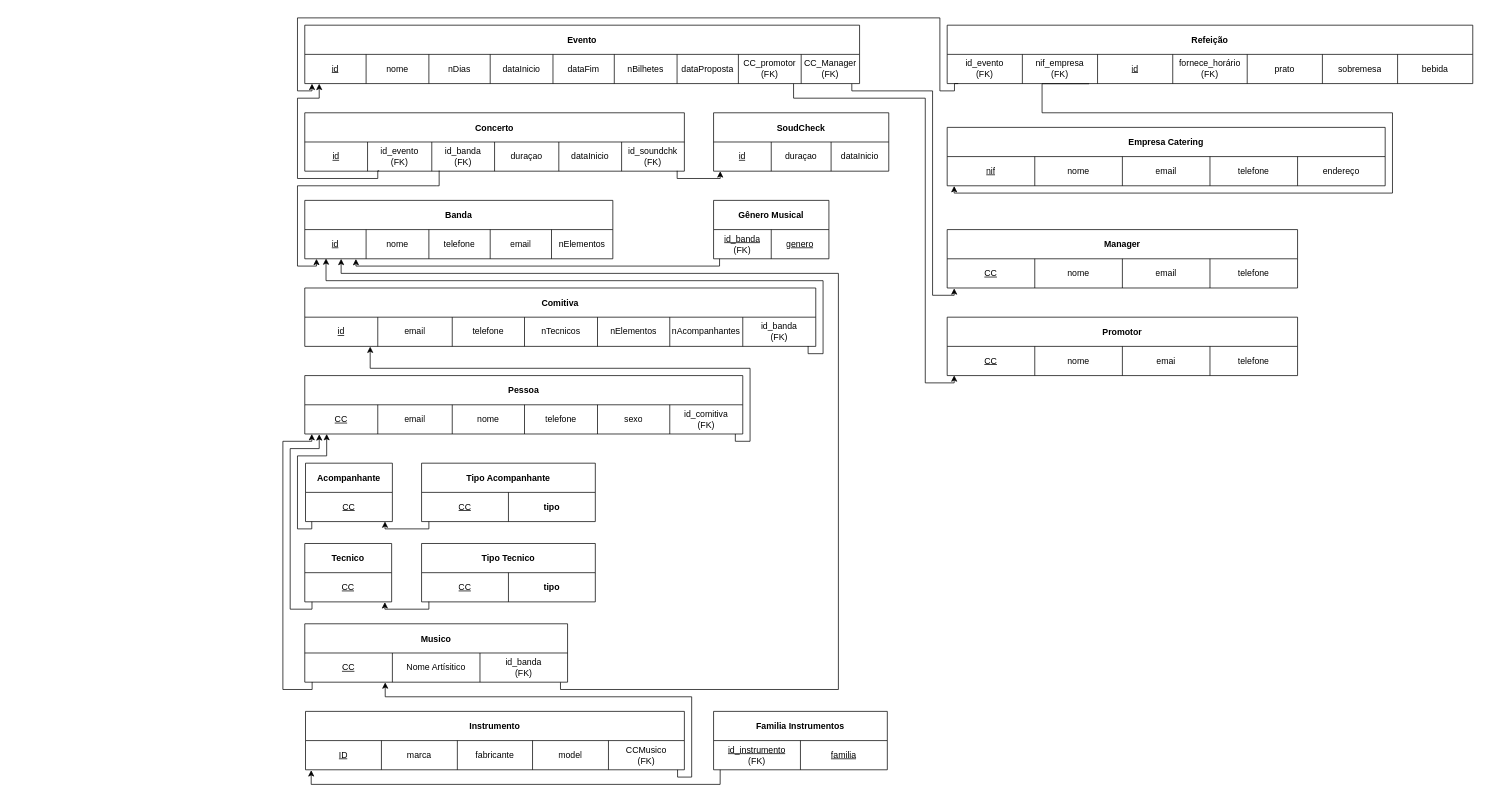
Above: page "ER" (1 of 2) of Projeto/Modelacao.drawio in RafaelCurado/BD-1 (draw.io), before the change. Source tidied: cells renumbered, new cells numbered last; positions are measured from the earlier drawing's top-left corner, leaving out a move shared by most shapes. Both pictures are drawn from the tidied source at 73%, with x=0, y=0 at pixel (283, 18).
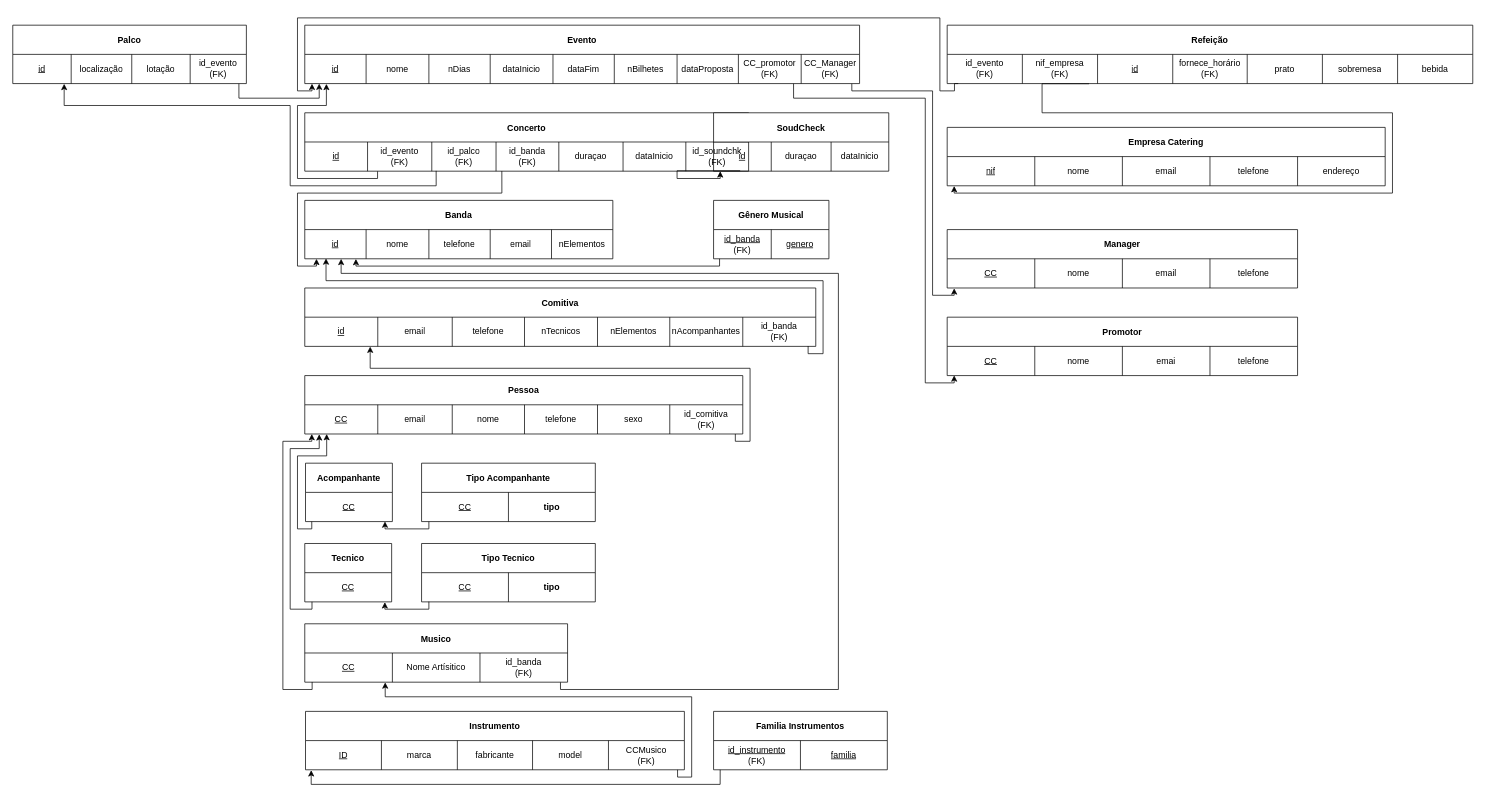
The same page after the edit.

The change refers to these unchanged cells:
```xml
<mxCell id="3" style="shape=tableRow;horizontal=0;startSize=0;swimlaneHead=0;swimlaneBody=0;top=0;left=0;bottom=0;right=0;fillColor=none;points=[[0,0.5],[1,0.5]];portConstraint=eastwest;" parent="2" vertex="1">
  <mxGeometry y="40" width="760" height="40" as="geometry" />
</mxCell>
<mxCell id="23" style="shape=tableRow;horizontal=0;startSize=0;swimlaneHead=0;swimlaneBody=0;top=0;left=0;bottom=0;right=0;fillColor=none;points=[[0,0.5],[1,0.5]];portConstraint=eastwest;" parent="22" vertex="1">
  <mxGeometry y="40" width="422" height="40" as="geometry" />
</mxCell>
```

Diff of the diagram source:
```diff
@@
     <mxCell id="13" value="Concerto" style="shape=table;startSize=40;childLayout=tableLayout;fontStyle=1;align=center;" parent="1" vertex="1">
-      <mxGeometry x="30" y="130" width="520" height="80" as="geometry" />
+      <mxGeometry x="30" y="130" width="608" height="80" as="geometry" />
     </mxCell>
     <mxCell id="14" style="shape=tableRow;horizontal=0;startSize=0;swimlaneHead=0;swimlaneBody=0;top=0;left=0;bottom=0;right=0;fillColor=none;points=[[0,0.5],[1,0.5]];portConstraint=eastwest;" parent="13" vertex="1">
-      <mxGeometry y="40" width="520" height="40" as="geometry" />
+      <mxGeometry y="40" width="608" height="40" as="geometry" />
     </mxCell>
@@
+    <mxCell id="130" value="id_palco&lt;br&gt;(FK)" style="shape=partialRectangle;html=1;whiteSpace=wrap;fillColor=none;top=0;left=0;bottom=0;right=0;overflow=hidden;" parent="14" vertex="1">
+      <mxGeometry x="174" width="88" height="40" as="geometry" />
+    </mxCell>
     <mxCell id="17" value="id_banda&lt;br&gt;(FK)" style="shape=partialRectangle;html=1;whiteSpace=wrap;fillColor=none;top=0;left=0;bottom=0;right=0;overflow=hidden;" parent="14" vertex="1">
-      <mxGeometry x="174" width="86" height="40" as="geometry" />
+      <mxGeometry x="262" width="86" height="40" as="geometry" />
     </mxCell>
     <mxCell id="18" value="duraçao" style="shape=partialRectangle;html=1;whiteSpace=wrap;fillColor=none;top=0;left=0;bottom=0;right=0;overflow=hidden;" parent="14" vertex="1">
-      <mxGeometry x="260" width="88" height="40" as="geometry" />
+      <mxGeometry x="348" width="88" height="40" as="geometry" />
     </mxCell>
     <mxCell id="19" value="dataInicio" style="shape=partialRectangle;html=1;whiteSpace=wrap;fillColor=none;top=0;left=0;bottom=0;right=0;overflow=hidden;" parent="14" vertex="1">
-      <mxGeometry x="348" width="86" height="40" as="geometry" />
+      <mxGeometry x="436" width="86" height="40" as="geometry" />
     </mxCell>
     <mxCell id="20" value="id_soundchk&lt;br&gt;(FK)" style="shape=partialRectangle;html=1;whiteSpace=wrap;fillColor=none;top=0;left=0;bottom=0;right=0;overflow=hidden;" parent="14" vertex="1">
-      <mxGeometry x="434" width="86" height="40" as="geometry" />
+      <mxGeometry x="522" width="86" height="40" as="geometry" />
     </mxCell>
-    <mxCell id="21" style="endArrow=classic;html=1;rounded=0;edgeStyle=orthogonalEdgeStyle;exitX=0.196;exitY=0.987;exitDx=0;exitDy=0;exitPerimeter=0;entryX=0.026;entryY=1.006;entryDx=0;entryDy=0;entryPerimeter=0;" parent="1" edge="1" source="14" target="3">
+    <mxCell id="21" style="endArrow=classic;html=1;rounded=0;edgeStyle=orthogonalEdgeStyle;exitX=0.164;exitY=1.004;exitDx=0;exitDy=0;exitPerimeter=0;entryX=0.039;entryY=1.01;entryDx=0;entryDy=0;entryPerimeter=0;" parent="1" edge="1" source="14" target="3">
       <mxGeometry relative="1" as="geometry">
         <Array as="points">
           <mxPoint x="130" y="210" />
           <mxPoint x="130" y="220" />
           <mxPoint x="20" y="220" />
-          <mxPoint x="20" y="110" />
-          <mxPoint x="50" y="110" />
-          <mxPoint x="50" y="90" />
+          <mxPoint x="20" y="120" />
+          <mxPoint x="60" y="120" />
         </Array>
       </mxGeometry>
     </mxCell>
@@
-    <mxCell id="29" style="endArrow=classic;html=1;rounded=0;edgeStyle=orthogonalEdgeStyle;exitX=0.354;exitY=0.981;exitDx=0;exitDy=0;exitPerimeter=0;entryX=0.038;entryY=1.001;entryDx=0;entryDy=0;entryPerimeter=0;" parent="1" edge="1" source="14" target="23">
+    <mxCell id="29" style="endArrow=classic;html=1;rounded=0;edgeStyle=orthogonalEdgeStyle;exitX=0.444;exitY=0.997;exitDx=0;exitDy=0;exitPerimeter=0;entryX=0.038;entryY=1.001;entryDx=0;entryDy=0;entryPerimeter=0;" parent="1" edge="1" source="14" target="23">
       <mxGeometry relative="1" as="geometry">
         <Array as="points">
-          <mxPoint x="210" y="230" />
-          <mxPoint x="20" y="230" />
+          <mxPoint x="300" y="240" />
+          <mxPoint x="20" y="240" />
           <mxPoint x="20" y="340" />
-          <mxPoint x="49" y="340" />
+          <mxPoint x="46" y="340" />
         </Array>
       </mxGeometry>
     </mxCell>
@@
+    <mxCell id="131" value="Palco" style="shape=table;startSize=40;childLayout=tableLayout;fontStyle=1;align=center;" parent="1" vertex="1">
+      <mxGeometry x="-370" y="10" width="320" height="80" as="geometry" />
+    </mxCell>
+    <mxCell id="132" style="shape=tableRow;horizontal=0;startSize=0;swimlaneHead=0;swimlaneBody=0;top=0;left=0;bottom=0;right=0;fillColor=none;points=[[0,0.5],[1,0.5]];portConstraint=eastwest;" parent="131" vertex="1">
+      <mxGeometry y="40" width="320" height="40" as="geometry" />
+    </mxCell>
+    <mxCell id="133" value="&lt;u&gt;id&lt;/u&gt;" style="shape=partialRectangle;html=1;whiteSpace=wrap;fillColor=none;top=0;left=0;bottom=0;right=0;overflow=hidden;" parent="132" vertex="1">
+      <mxGeometry width="80" height="40" as="geometry" />
+    </mxCell>
+    <mxCell id="134" value="localização" style="shape=partialRectangle;html=1;whiteSpace=wrap;fillColor=none;top=0;left=0;bottom=0;right=0;overflow=hidden;" parent="132" vertex="1">
+      <mxGeometry x="80" width="83" height="40" as="geometry" />
+    </mxCell>
+    <mxCell id="135" value="lotação" style="shape=partialRectangle;html=1;whiteSpace=wrap;fillColor=none;top=0;left=0;bottom=0;right=0;overflow=hidden;" parent="132" vertex="1">
+      <mxGeometry x="163" width="80" height="40" as="geometry" />
+    </mxCell>
+    <mxCell id="136" value="id_evento&lt;br&gt;(FK)" style="shape=partialRectangle;html=1;whiteSpace=wrap;fillColor=none;top=0;left=0;bottom=0;right=0;overflow=hidden;" parent="132" vertex="1">
+      <mxGeometry x="243" width="77" height="40" as="geometry" />
+    </mxCell>
+    <mxCell id="137" style="endArrow=classic;html=1;rounded=0;edgeStyle=orthogonalEdgeStyle;exitX=0.968;exitY=1.006;exitDx=0;exitDy=0;exitPerimeter=0;entryX=0.026;entryY=1;entryDx=0;entryDy=0;entryPerimeter=0;" parent="1" edge="1" source="132" target="3">
+      <mxGeometry relative="1" as="geometry">
+        <Array as="points">
+          <mxPoint x="-60" y="110" />
+          <mxPoint x="50" y="110" />
+        </Array>
+      </mxGeometry>
+    </mxCell>
+    <mxCell id="138" style="endArrow=none;html=1;rounded=0;edgeStyle=orthogonalEdgeStyle;entryX=0.296;entryY=0.988;entryDx=0;entryDy=0;entryPerimeter=0;endFill=0;startArrow=classic;startFill=1;exitX=0.22;exitY=1.008;exitDx=0;exitDy=0;exitPerimeter=0;" parent="1" edge="1" source="132" target="14">
+      <mxGeometry relative="1" as="geometry">
+        <Array as="points">
+          <mxPoint x="-300" y="120" />
+          <mxPoint x="10" y="120" />
+          <mxPoint x="10" y="230" />
+          <mxPoint x="210" y="230" />
+        </Array>
+      </mxGeometry>
+    </mxCell>
```
